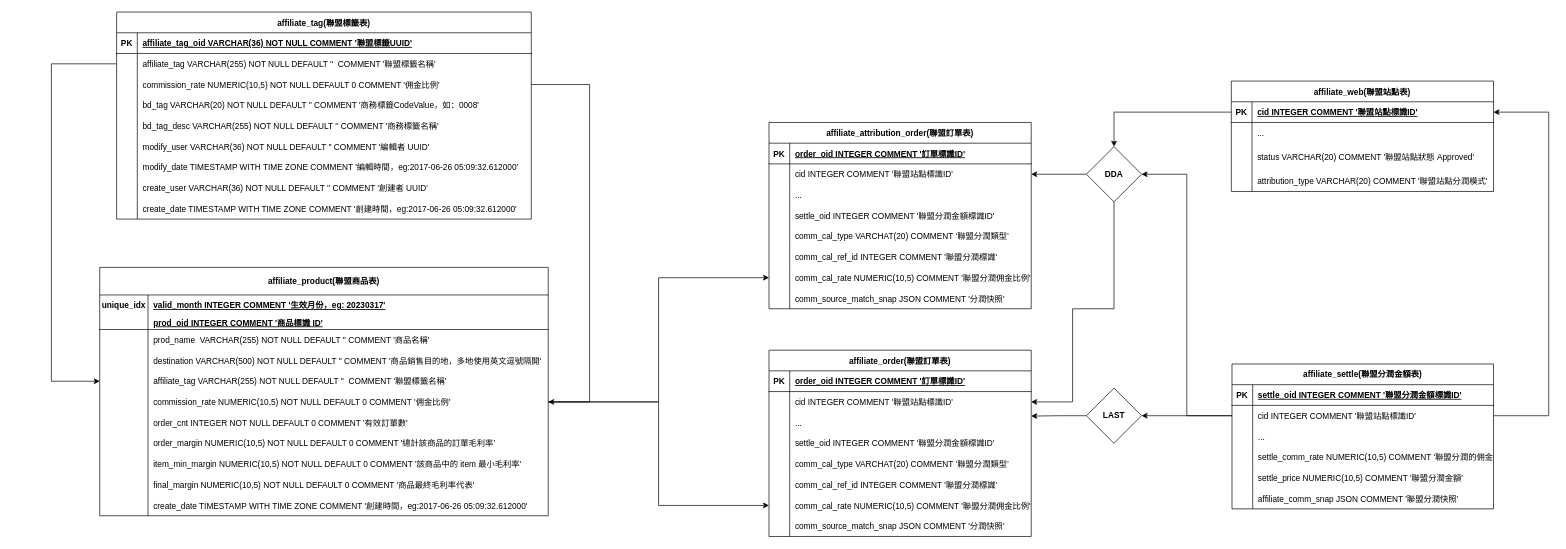
The draw.io diagram 新聯盟分潤涉及的 DBScheme.drawio in mikeah2011/oss, before the edit. Source tidied: cells renumbered, new cells numbered last; positions are measured from the earlier drawing's top-left corner, leaving out a move shared by most shapes. Both pictures are drawn from the tidied source at 69%, with x=0, y=0 at pixel (51, 12).
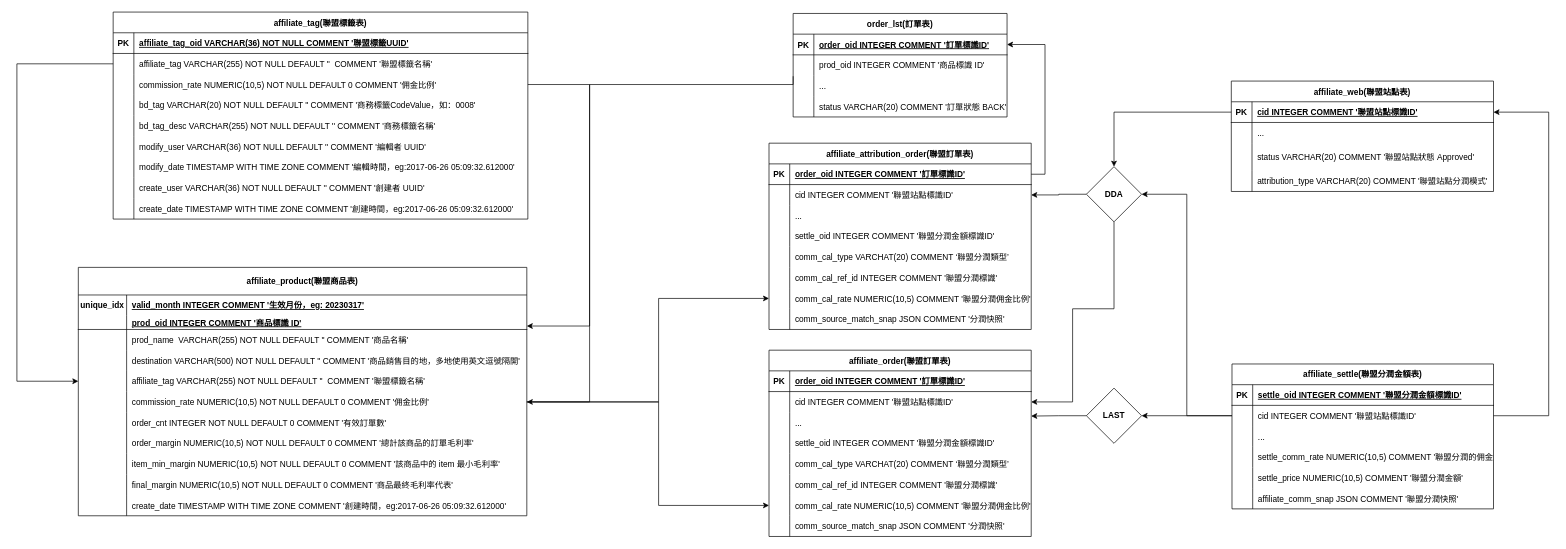
The same diagram, later.

Commit message:
更新新聯盟分潤涉及的 DBScheme.drawio

The change refers to these unchanged cells:
```xml
<mxCell id="6" style="shape=tableRow;horizontal=0;startSize=0;swimlaneHead=0;swimlaneBody=0;fillColor=none;points=[[0,0.5],[1,0.5]];portConstraint=eastwest;top=0;left=0;right=0;bottom=0;" parent="2" vertex="1">
  <mxGeometry y="60" width="601" height="30" as="geometry" />
</mxCell>
<mxCell id="9" style="shape=tableRow;horizontal=0;startSize=0;swimlaneHead=0;swimlaneBody=0;fillColor=none;points=[[0,0.5],[1,0.5]];portConstraint=eastwest;top=0;left=0;right=0;bottom=0;" parent="2" vertex="1">
  <mxGeometry y="90" width="601" height="30" as="geometry" />
</mxCell>
<mxCell id="43" style="shape=tableRow;horizontal=0;startSize=0;swimlaneHead=0;swimlaneBody=0;fillColor=none;points=[[0,0.5],[1,0.5]];portConstraint=eastwest;top=0;left=0;right=0;bottom=0;" parent="30" vertex="1">
  <mxGeometry y="150" width="650" height="30" as="geometry" />
</mxCell>
<mxCell id="46" style="shape=tableRow;horizontal=0;startSize=0;swimlaneHead=0;swimlaneBody=0;fillColor=none;points=[[0,0.5],[1,0.5]];portConstraint=eastwest;top=0;left=0;right=0;bottom=0;" parent="30" vertex="1">
  <mxGeometry y="180" width="650" height="30" as="geometry" />
</mxCell>
<mxCell id="65" style="shape=tableRow;horizontal=0;startSize=0;swimlaneHead=0;swimlaneBody=0;fillColor=none;points=[[0,0.5],[1,0.5]];portConstraint=eastwest;top=0;left=0;right=0;bottom=1;" parent="64" vertex="1">
  <mxGeometry y="30" width="380" height="30" as="geometry" />
</mxCell>
<mxCell id="83" style="shape=tableRow;horizontal=0;startSize=0;swimlaneHead=0;swimlaneBody=0;fillColor=none;points=[[0,0.5],[1,0.5]];portConstraint=eastwest;top=0;left=0;right=0;bottom=0;" parent="64" vertex="1">
  <mxGeometry y="210" width="380" height="30" as="geometry" />
</mxCell>
<mxCell id="140" style="shape=tableRow;horizontal=0;startSize=0;swimlaneHead=0;swimlaneBody=0;fillColor=none;points=[[0,0.5],[1,0.5]];portConstraint=eastwest;top=0;left=0;right=0;bottom=0;" parent="121" vertex="1">
  <mxGeometry y="210" width="380" height="30" as="geometry" />
</mxCell>
```

What changed in the source:
```diff
@@
     <mxCell id="2" value="affiliate_tag(聯盟標籤表)" style="shape=table;startSize=30;childLayout=tableLayout;rowLines=0;fontStyle=1;align=center;" parent="1" vertex="1">
-      <mxGeometry x="94.5" width="601" height="300" as="geometry" />
+      <mxGeometry x="89.5" width="601" height="300" as="geometry" />
     </mxCell>
@@
     <mxCell id="30" value="affiliate_product(聯盟商品表)" style="shape=table;startSize=40;childLayout=tableLayout;rowLines=0;fontStyle=1;align=center;" parent="1" vertex="1">
-      <mxGeometry x="70" y="370" width="650" height="360" as="geometry" />
+      <mxGeometry x="39" y="370" width="650" height="360" as="geometry" />
     </mxCell>
@@
     <mxCell id="64" value="affiliate_attribution_order(聯盟訂單表)" style="shape=table;startSize=30;childLayout=tableLayout;rowLines=0;fontStyle=1;align=center;" parent="1" vertex="1">
-      <mxGeometry x="1040" y="160" width="380" height="270" as="geometry" />
+      <mxGeometry x="1040" y="190" width="380" height="270" as="geometry" />
     </mxCell>
@@
     <mxCell id="146" style="edgeStyle=orthogonalEdgeStyle;rounded=0;jettySize=auto;html=1;entryX=0;entryY=0.5;entryDx=0;entryDy=0;exitX=1;exitY=0.5;exitDx=0;exitDy=0;" parent="1" edge="1" source="46" target="83">
-      <mxGeometry relative="1" as="geometry" />
+      <mxGeometry relative="1" as="geometry">
+        <Array as="points">
+          <mxPoint x="880" y="565" />
+          <mxPoint x="880" y="415" />
+        </Array>
+      </mxGeometry>
     </mxCell>
     <mxCell id="147" style="edgeStyle=orthogonalEdgeStyle;rounded=0;jettySize=auto;html=1;exitX=1;exitY=0.5;exitDx=0;exitDy=0;" parent="1" edge="1" source="46" target="140">
-      <mxGeometry relative="1" as="geometry" />
+      <mxGeometry relative="1" as="geometry">
+        <Array as="points">
+          <mxPoint x="880" y="565" />
+          <mxPoint x="880" y="715" />
+        </Array>
+      </mxGeometry>
     </mxCell>
@@
     <mxCell id="150" value="DDA" style="rhombus;whiteSpace=wrap;html=1;startSize=30;fontStyle=1;" parent="1" vertex="1">
-      <mxGeometry x="1500" y="195" width="80" height="80" as="geometry" />
+      <mxGeometry x="1500" y="224" width="80" height="80" as="geometry" />
     </mxCell>
@@
-    <mxCell id="153" style="edgeStyle=orthogonalEdgeStyle;rounded=0;jettySize=auto;html=1;exitX=0;exitY=0.5;exitDx=0;exitDy=0;entryX=0;entryY=0.5;entryDx=0;entryDy=0;" parent="1" edge="1" source="6" target="43">
-      <mxGeometry relative="1" as="geometry">
-        <Array as="points">
-          <mxPoint y="75" />
-          <mxPoint y="535" />
-        </Array>
-      </mxGeometry>
-    </mxCell>
-    <mxCell id="154" style="edgeStyle=orthogonalEdgeStyle;rounded=0;jettySize=auto;html=1;exitX=1;exitY=0.5;exitDx=0;exitDy=0;" parent="1" edge="1" source="9" target="46">
-      <mxGeometry relative="1" as="geometry">
-        <Array as="points">
-          <mxPoint x="780" y="105" />
-          <mxPoint x="780" y="565" />
-        </Array>
-      </mxGeometry>
-    </mxCell>
@@
+    <mxCell id="159" value="order_lst(訂單表)" style="shape=table;startSize=30;childLayout=tableLayout;rowLines=0;fontStyle=1;align=center;" parent="1" vertex="1">
+      <mxGeometry x="1075" y="2" width="310" height="150" as="geometry" />
+    </mxCell>
+    <mxCell id="160" style="shape=tableRow;horizontal=0;startSize=0;swimlaneHead=0;swimlaneBody=0;fillColor=none;points=[[0,0.5],[1,0.5]];portConstraint=eastwest;top=0;left=0;right=0;bottom=1;" parent="159" vertex="1">
+      <mxGeometry y="30" width="310" height="30" as="geometry" />
+    </mxCell>
+    <mxCell id="161" value="PK" style="shape=partialRectangle;fillColor=none;top=0;left=0;bottom=0;right=0;fontStyle=1;overflow=hidden;" parent="160" vertex="1">
+      <mxGeometry width="30" height="30" as="geometry" />
+    </mxCell>
+    <mxCell id="162" value="order_oid INTEGER COMMENT '訂單標識ID'" style="shape=partialRectangle;fillColor=none;top=0;left=0;bottom=0;right=0;align=left;spacingLeft=6;fontStyle=5;overflow=hidden;" parent="160" vertex="1">
+      <mxGeometry x="30" width="280" height="30" as="geometry" />
+    </mxCell>
+    <mxCell id="163" style="shape=tableRow;horizontal=0;startSize=0;swimlaneHead=0;swimlaneBody=0;fillColor=none;top=0;left=0;right=0;bottom=0;" parent="159" vertex="1">
+      <mxGeometry y="60" width="310" height="30" as="geometry" />
+    </mxCell>
+    <mxCell id="164" style="shape=partialRectangle;fillColor=none;top=0;left=0;bottom=0;right=0;overflow=hidden;" parent="163" vertex="1">
+      <mxGeometry width="30" height="30" as="geometry" />
+    </mxCell>
+    <mxCell id="165" value="prod_oid INTEGER COMMENT '商品標識 ID'" style="shape=partialRectangle;fillColor=none;top=0;left=0;bottom=0;right=0;align=left;spacingLeft=6;overflow=hidden;" parent="163" vertex="1">
+      <mxGeometry x="30" width="280" height="30" as="geometry" />
+    </mxCell>
+    <mxCell id="166" style="shape=tableRow;horizontal=0;startSize=0;swimlaneHead=0;swimlaneBody=0;fillColor=none;top=0;left=0;right=0;bottom=0;" parent="159" vertex="1">
+      <mxGeometry y="90" width="310" height="30" as="geometry" />
+    </mxCell>
+    <mxCell id="167" style="shape=partialRectangle;fillColor=none;top=0;left=0;bottom=0;right=0;overflow=hidden;" parent="166" vertex="1">
+      <mxGeometry width="30" height="30" as="geometry" />
+    </mxCell>
+    <mxCell id="168" value="..." style="shape=partialRectangle;fillColor=none;top=0;left=0;bottom=0;right=0;align=left;spacingLeft=6;overflow=hidden;" parent="166" vertex="1">
+      <mxGeometry x="30" width="280" height="30" as="geometry" />
+    </mxCell>
+    <mxCell id="169" style="shape=tableRow;horizontal=0;startSize=0;swimlaneHead=0;swimlaneBody=0;fillColor=none;top=0;left=0;right=0;bottom=0;" parent="159" vertex="1">
+      <mxGeometry y="120" width="310" height="30" as="geometry" />
+    </mxCell>
+    <mxCell id="170" style="shape=partialRectangle;fillColor=none;top=0;left=0;bottom=0;right=0;overflow=hidden;" parent="169" vertex="1">
+      <mxGeometry width="30" height="30" as="geometry" />
+    </mxCell>
+    <mxCell id="171" value="status VARCHAR(20) COMMENT '訂單狀態 BACK'" style="shape=partialRectangle;fillColor=none;top=0;left=0;bottom=0;right=0;align=left;spacingLeft=6;overflow=hidden;" parent="169" vertex="1">
+      <mxGeometry x="30" width="280" height="30" as="geometry" />
+    </mxCell>
+    <mxCell id="172" style="edgeStyle=orthogonalEdgeStyle;rounded=0;jettySize=auto;html=1;exitX=1;exitY=0.5;exitDx=0;exitDy=0;entryX=1;entryY=0.5;entryDx=0;entryDy=0;" parent="1" edge="1" source="65" target="160">
+      <mxGeometry relative="1" as="geometry" />
+    </mxCell>
+    <mxCell id="173" style="edgeStyle=orthogonalEdgeStyle;rounded=0;orthogonalLoop=1;jettySize=auto;html=1;exitX=0;exitY=0.5;exitDx=0;exitDy=0;entryX=1;entryY=0.5;entryDx=0;entryDy=0;" parent="1" edge="1">
+      <mxGeometry relative="1" as="geometry">
+        <mxPoint x="1075" y="93" as="sourcePoint" />
+        <mxPoint x="689" y="455" as="targetPoint" />
+        <Array as="points">
+          <mxPoint x="1075" y="105" />
+          <mxPoint x="780" y="105" />
+          <mxPoint x="780" y="455" />
+        </Array>
+      </mxGeometry>
+    </mxCell>
+    <mxCell id="154" style="edgeStyle=orthogonalEdgeStyle;rounded=0;jettySize=auto;html=1;exitX=1;exitY=0.5;exitDx=0;exitDy=0;" parent="1" edge="1" source="9" target="46">
+      <mxGeometry relative="1" as="geometry">
+        <Array as="points">
+          <mxPoint x="780" y="105" />
+          <mxPoint x="780" y="565" />
+        </Array>
+      </mxGeometry>
+    </mxCell>
+    <mxCell id="153" style="edgeStyle=orthogonalEdgeStyle;rounded=0;jettySize=auto;html=1;exitX=0;exitY=0.5;exitDx=0;exitDy=0;entryX=0;entryY=0.5;entryDx=0;entryDy=0;" parent="1" edge="1" source="6" target="43">
+      <mxGeometry relative="1" as="geometry">
+        <Array as="points">
+          <mxPoint x="-50" y="75" />
+          <mxPoint x="-50" y="535" />
+        </Array>
+      </mxGeometry>
+    </mxCell>
```
